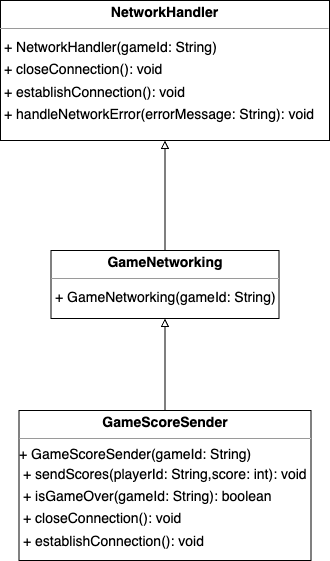
SarimEkram/Multiplayer-Board-platform keeps this draw.io diagram as iteration1_deliverables/class_structure_diagrams/GameScoreSender_structure.png. Above is the earlier version. Source tidied: cells renumbered, new cells last; positions are measured from the earlier drawing's top-left corner, leaving out a move shared by most shapes.
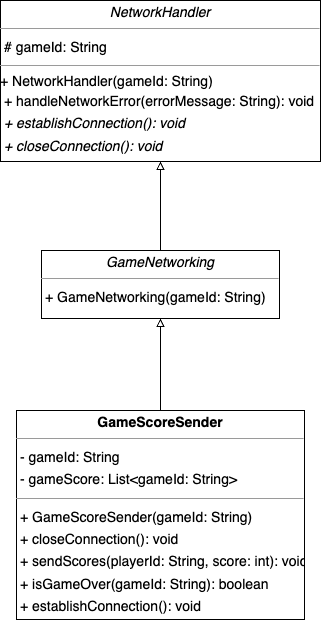
After the commit.

Commit message:
created sequence diagram for GameScoreSender and made made changes in GameScoreSender class.

Change to the diagram source:
```diff
@@ -2,28 +2,26 @@
   <root>
     <mxCell id="0" />
     <mxCell id="1" parent="0" />
-    <mxCell id="2" style="edgeStyle=orthogonalEdgeStyle;rounded=0;jettySize=auto;html=1;exitX=0.5;exitY=0;exitDx=0;exitDy=0;entryX=0.5;entryY=1;entryDx=0;entryDy=0;endArrow=block;endFill=0;" parent="1" edge="1" source="3" target="6">
-      <mxGeometry relative="1" as="geometry" />
-    </mxCell>
+    <mxCell id="7" style="html=1;rounded=0;dashed=0;startArrow=none;endArrow=block;endSize=12;strokeColor=light-dark(#000000, #ddddff);exitX=0.500;exitY=0.001;exitDx=0;exitDy=0;edgeStyle=orthogonalEdgeStyle;curved=0;endFill=0;" parent="1" edge="1">
+      <mxGeometry relative="1" as="geometry">
+        <mxPoint x="194" y="290" as="sourcePoint" />
+        <mxPoint x="228.5" y="200" as="targetPoint" />
+      </mxGeometry>
+    </mxCell>
+    <mxCell id="9" style="edgeStyle=orthogonalEdgeStyle;rounded=0;jettySize=auto;html=1;exitX=0.5;exitY=0;exitDx=0;exitDy=0;entryX=0.5;entryY=1;entryDx=0;entryDy=0;endArrow=block;endFill=0;" parent="1" edge="1" source="3" target="12">
+      <mxGeometry relative="1" as="geometry" />
+    </mxCell>
-    <mxCell id="3" value="&lt;p style=&quot;margin:0px;margin-top:4px;text-align:center;&quot;&gt;&lt;b&gt;GameNetworking&lt;/b&gt;&lt;/p&gt;&lt;hr size=&quot;1&quot;&gt;&lt;p style=&quot;margin:0 0 0 4px;line-height:1.6;&quot;&gt;+ GameNetworking(gameId: String)&lt;/p&gt;" style="verticalAlign=top;align=left;overflow=fill;fontSize=14;fontFamily=Helvetica;html=1;rounded=0;shadow=0;comic=0;labelBackgroundColor=none;strokeWidth=1;" parent="1" vertex="1">
-      <mxGeometry x="50.5" y="250" width="228" height="68" as="geometry" />
+    <mxCell id="3" value="&lt;p style=&quot;margin:0px;margin-top:4px;text-align:center;&quot;&gt;&lt;i style=&quot;&quot;&gt;GameNetworking&lt;/i&gt;&lt;/p&gt;&lt;hr size=&quot;1&quot;&gt;&lt;p style=&quot;margin:0 0 0 4px;line-height:1.6;&quot;&gt;+ GameNetworking(gameId: String)&lt;/p&gt;" style="verticalAlign=top;align=left;overflow=fill;fontSize=14;fontFamily=Helvetica;html=1;rounded=0;shadow=0;comic=0;labelBackgroundColor=none;strokeWidth=1;" parent="1" vertex="1">
+      <mxGeometry x="50.5" y="250" width="238" height="68" as="geometry" />
     </mxCell>
-    <mxCell id="4" style="edgeStyle=orthogonalEdgeStyle;rounded=0;jettySize=auto;html=1;exitX=0.5;exitY=0;exitDx=0;exitDy=0;entryX=0.5;entryY=1;entryDx=0;entryDy=0;endArrow=block;endFill=0;" parent="1" edge="1" source="5" target="3">
-      <mxGeometry relative="1" as="geometry" />
-    </mxCell>
-    <mxCell id="5" value="&lt;p style=&quot;margin:0px;margin-top:4px;text-align:center;&quot;&gt;&lt;b&gt;GameScoreSender&lt;/b&gt;&lt;/p&gt;&lt;hr size=&quot;1&quot;&gt;+ GameScoreSender(gameId: String)&amp;nbsp;&lt;p style=&quot;margin:0 0 0 4px;line-height:1.6;&quot;&gt;+ sendScores(playerId: String,score: int): void&lt;br&gt;+ isGameOver(gameId: String): boolean&lt;br&gt;+ closeConnection(): void&lt;br&gt;+ establishConnection(): void&lt;/p&gt;" style="verticalAlign=top;align=left;overflow=fill;fontSize=14;fontFamily=Helvetica;html=1;rounded=0;shadow=0;comic=0;labelBackgroundColor=none;strokeWidth=1;" parent="1" vertex="1">
-      <mxGeometry x="18.5" y="410" width="292" height="150" as="geometry" />
-    </mxCell>
-    <mxCell id="6" value="&lt;p style=&quot;margin:0px;margin-top:4px;text-align:center;&quot;&gt;&lt;b&gt;NetworkHandler&lt;/b&gt;&lt;/p&gt;&lt;hr size=&quot;1&quot;&gt;&lt;p style=&quot;margin:0 0 0 4px;line-height:1.6;&quot;&gt;+ NetworkHandler(gameId: String)&lt;br&gt;&lt;/p&gt;&lt;p style=&quot;margin:0 0 0 4px;line-height:1.6;&quot;&gt;+ closeConnection(): void&lt;/p&gt;&lt;p style=&quot;margin:0 0 0 4px;line-height:1.6;&quot;&gt;+ establishConnection(): void&lt;br&gt;+ handleNetworkError(errorMessage: String): void&lt;/p&gt;" style="verticalAlign=top;align=left;overflow=fill;fontSize=14;fontFamily=Helvetica;html=1;rounded=0;shadow=0;comic=0;labelBackgroundColor=none;strokeWidth=1;" parent="1" vertex="1">
-      <mxGeometry width="329" height="140" as="geometry" />
-    </mxCell>
-    <mxCell id="7" style="html=1;rounded=0;dashed=0;startArrow=none;endArrow=block;endSize=12;strokeColor=light-dark(#000000, #ddddff);exitX=0.500;exitY=0.001;exitDx=0;exitDy=0;edgeStyle=orthogonalEdgeStyle;curved=0;endFill=0;" parent="1" edge="1" source="3">
-      <mxGeometry relative="1" as="geometry">
-        <mxPoint x="199" y="160" as="targetPoint" />
-      </mxGeometry>
-    </mxCell>
-    <mxCell id="8" style="html=1;rounded=0;dashed=0;startArrow=none;endArrow=none;endSize=12;strokeColor=light-dark(#000000, #ddddff);exitX=0.500;exitY=0.000;exitDx=0;exitDy=0;entryX=0.5;entryY=1;entryDx=0;entryDy=0;edgeStyle=orthogonalEdgeStyle;curved=0;endFill=0;" parent="1" edge="1" source="5" target="3">
-      <mxGeometry relative="1" as="geometry" />
-    </mxCell>
+    <mxCell id="10" style="edgeStyle=orthogonalEdgeStyle;rounded=0;jettySize=auto;html=1;exitX=0.5;exitY=0;exitDx=0;exitDy=0;entryX=0.5;entryY=1;entryDx=0;entryDy=0;endArrow=block;endFill=0;" parent="1" edge="1" source="11" target="3">
+      <mxGeometry relative="1" as="geometry" />
+    </mxCell>
+    <mxCell id="11" value="&lt;p style=&quot;margin:0px;margin-top:4px;text-align:center;&quot;&gt;&lt;b&gt;GameScoreSender&lt;/b&gt;&lt;/p&gt;&lt;hr size=&quot;1&quot;&gt;&lt;p style=&quot;margin:0 0 0 4px;line-height:1.6;&quot;&gt;&lt;/p&gt;&lt;p style=&quot;margin:0 0 0 4px;line-height:1.6;&quot;&gt;- gameId: String&lt;br&gt;- gameScore: List&amp;lt;gameId: String&amp;gt;&lt;/p&gt;&lt;hr size=&quot;1&quot;&gt;&lt;p style=&quot;margin:0 0 0 4px;line-height:1.6;&quot;&gt;+ GameScoreSender(gameId: String)&lt;br&gt;&lt;/p&gt;&lt;p style=&quot;margin:0 0 0 4px;line-height:1.6;&quot;&gt;+ closeConnection(): void&lt;br&gt;+ sendScores(playerId: String, score: int): void&lt;br&gt;+ isGameOver(gameId: String): boolean&lt;br&gt;+ establishConnection(): void&lt;/p&gt;" style="verticalAlign=top;align=left;overflow=fill;fontSize=14;fontFamily=Helvetica;html=1;rounded=0;shadow=0;comic=0;labelBackgroundColor=none;strokeWidth=1;" parent="1" vertex="1">
+      <mxGeometry x="25.5" y="410" width="288" height="209" as="geometry" />
+    </mxCell>
+    <mxCell id="12" value="&lt;p style=&quot;margin:0px;margin-top:4px;text-align:center;&quot;&gt;&lt;i&gt;NetworkHandler&lt;/i&gt;&lt;/p&gt;&lt;hr size=&quot;1&quot;&gt;&lt;p style=&quot;margin:0 0 0 4px;line-height:1.6;&quot;&gt;# gameId: String&lt;/p&gt;&lt;hr size=&quot;1&quot;&gt;+ NetworkHandler(gameId: String)&lt;br&gt;&lt;p style=&quot;margin:0 0 0 4px;line-height:1.6;&quot;&gt;+ handleNetworkError(errorMessage: String): void&lt;br&gt;&lt;i&gt;+ establishConnection(): void&lt;/i&gt;&lt;br&gt;&lt;i&gt;+ closeConnection(): void&lt;/i&gt;&lt;/p&gt;" style="verticalAlign=top;align=left;overflow=fill;fontSize=14;fontFamily=Helvetica;html=1;rounded=0;shadow=0;comic=0;labelBackgroundColor=none;strokeWidth=1;" parent="1" vertex="1">
+      <mxGeometry x="9.5" width="320" height="161" as="geometry" />
+    </mxCell>
   </root>
 </mxGraphModel>
```
